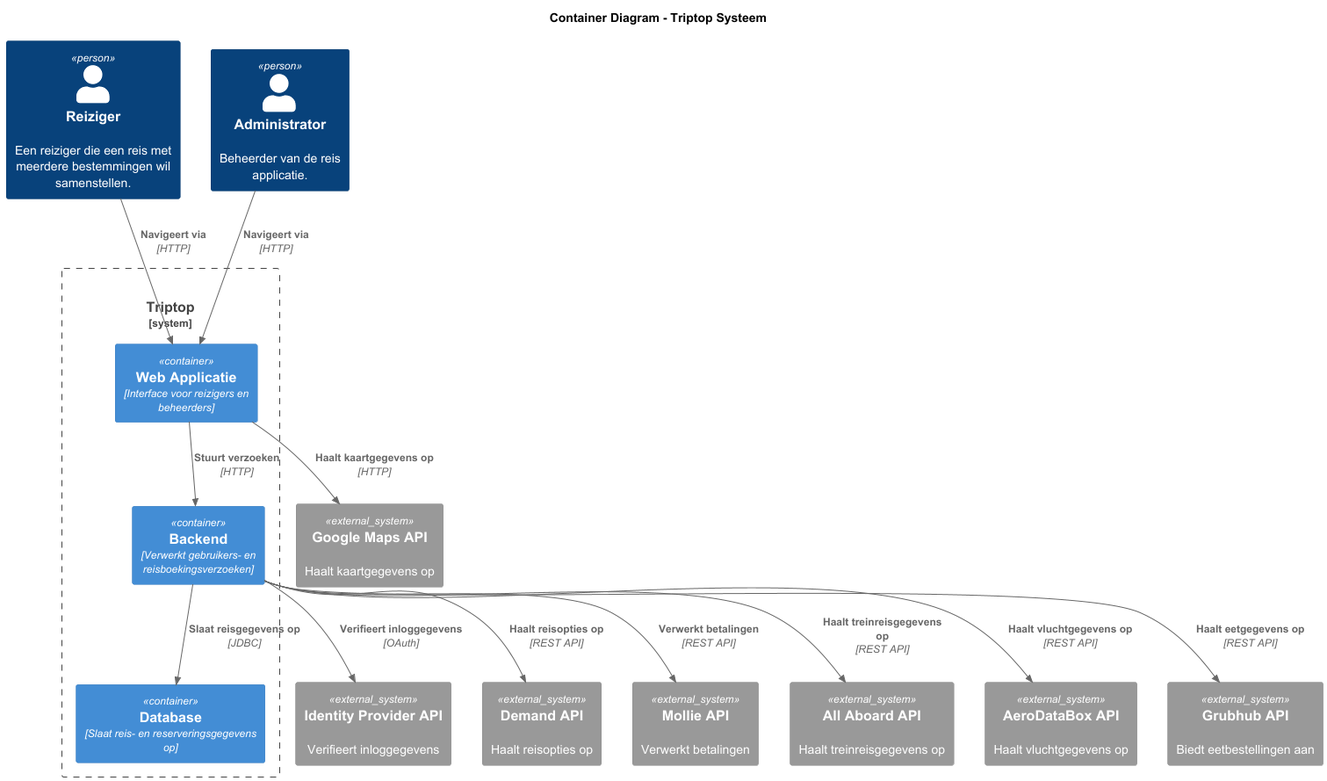
Earlier version of the PlantUML export opdracht-diagrammen/Container_Diagram_Triptop_Systeem.png (AIM-ENE-feb25/triptop-groep-b2). The source it was exported from:
```plantuml
@startuml Container_Diagram
!include https://raw.githubusercontent.com/plantuml-stdlib/C4-PlantUML/master/C4_Container.puml

title Container Diagram - Triptop Systeem

Person(traveller, "Reiziger", "Een reiziger die een reis met meerdere bestemmingen wil samenstellen.")
Person(admin, "Administrator", "Beheerder van de reis applicatie.")

System_Boundary(Triptop, "Triptop", "Systeem voor het samenstellen van reizen."){
    Container(WebApp, "Web Applicatie", "Interface voor reizigers en beheerders")
    Container(Backend, "Backend", "Verwerkt gebruikers- en reisboekingsverzoeken")
    Container(Database, "Database", "Slaat reis- en reserveringsgegevens op")
}

System_Ext(IdentityProvider, "Identity Provider API", "Verifieert inloggegevens")
System_Ext(DemandAPI, "Demand API", "Haalt reisopties op")
System_Ext(MollieAPI, "Mollie API", "Verwerkt betalingen")
System_Ext(GoogleMapsAPI, "Google Maps API", "Haalt kaartgegevens op")
System_Ext(AllAboardAPI, "All Aboard API", "Haalt treinreisgegevens op")
System_Ext(AeroDataBoxAPI, "AeroDataBox API", "Haalt vluchtgegevens op")
System_Ext(GrubhubAPI, "Grubhub API", "Biedt eetbestellingen aan")

Rel(traveller, WebApp, "Navigeert via", "HTTP")
Rel(admin, WebApp, "Navigeert via", "HTTP")

Rel(WebApp, Backend, "Stuurt verzoeken", "HTTP")
Rel(WebApp, GoogleMapsAPI, "Haalt kaartgegevens op", "HTTP")

Rel(Backend, Database, "Slaat reisgegevens op", "JDBC")
Rel(Backend, IdentityProvider, "Verifieert inloggegevens", "OAuth")
Rel(Backend, DemandAPI, "Haalt reisopties op", "REST API")
Rel(Backend, MollieAPI, "Verwerkt betalingen", "REST API")
Rel(Backend, AllAboardAPI, "Haalt treinreisgegevens op", "REST API")
Rel(Backend, AeroDataBoxAPI, "Haalt vluchtgegevens op", "REST API")
Rel(Backend, GrubhubAPI, "Haalt eetgegevens op", "REST API")

@enduml
```
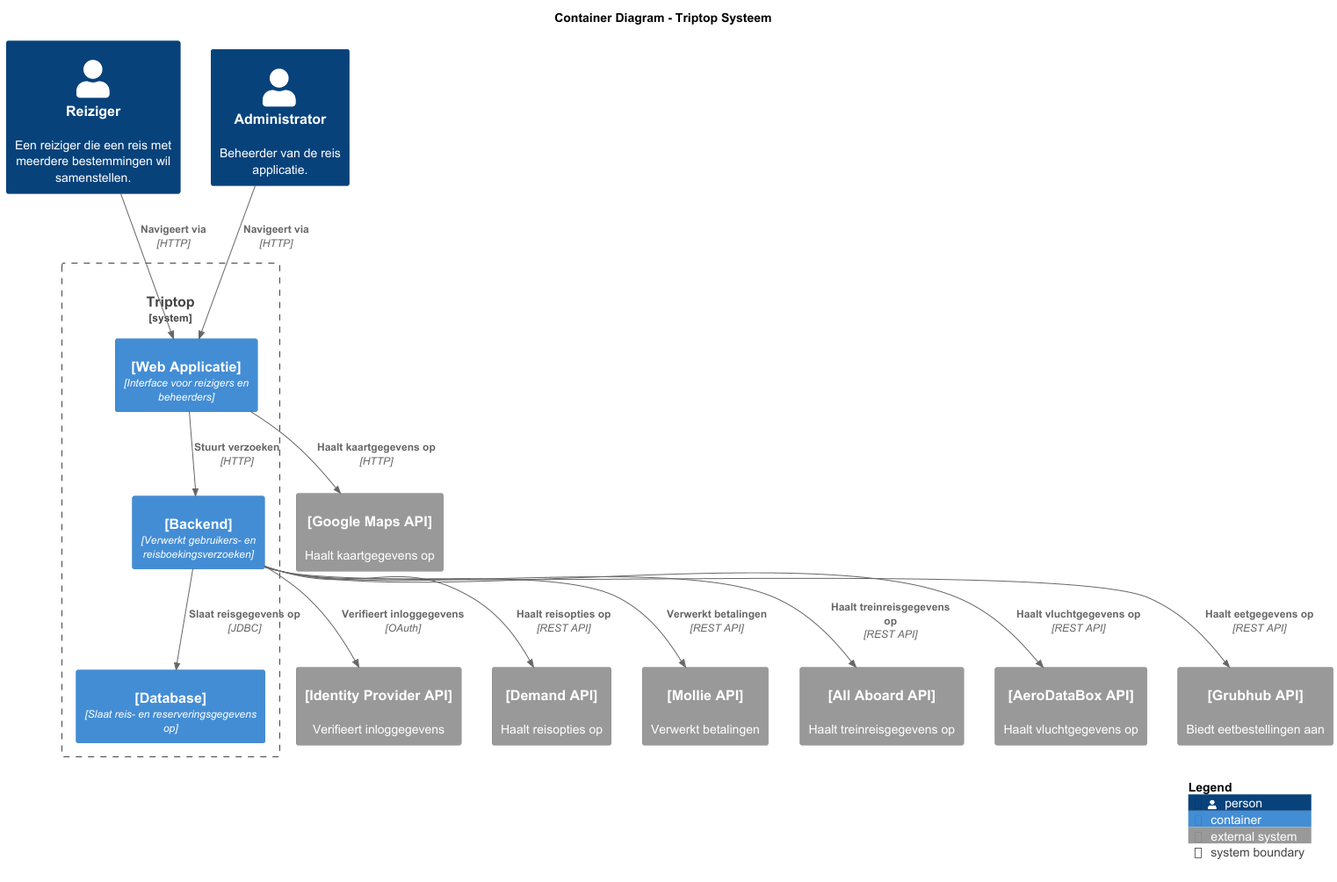
The same diagram one commit later.

Commit message:
updated context and container diagram, + new ADR

Change to the diagram source:
```diff
@@ -1,24 +1,31 @@
 @startuml Container_Diagram
 !include https://raw.githubusercontent.com/plantuml-stdlib/C4-PlantUML/master/C4_Container.puml
+
+skinparam {
+    rectangle {
+        StereotypeFontSize 0
+        StereotypeFontColor white
+    }
+}
 
 title Container Diagram - Triptop Systeem
 
 Person(traveller, "Reiziger", "Een reiziger die een reis met meerdere bestemmingen wil samenstellen.")
 Person(admin, "Administrator", "Beheerder van de reis applicatie.")
 
-System_Boundary(Triptop, "Triptop", "Systeem voor het samenstellen van reizen."){
-    Container(WebApp, "Web Applicatie", "Interface voor reizigers en beheerders")
-    Container(Backend, "Backend", "Verwerkt gebruikers- en reisboekingsverzoeken")
-    Container(Database, "Database", "Slaat reis- en reserveringsgegevens op")
+System_Boundary(Triptop, "Triptop", "Systeem voor het samenstellen van reizen.") {
+    Container(WebApp, "[Web Applicatie]", "Interface voor reizigers en beheerders")
+    Container(Backend, "[Backend]", "Verwerkt gebruikers- en reisboekingsverzoeken")
+    Container(Database, "[Database]", "Slaat reis- en reserveringsgegevens op")
 }
 
-System_Ext(IdentityProvider, "Identity Provider API", "Verifieert inloggegevens")
-System_Ext(DemandAPI, "Demand API", "Haalt reisopties op")
-System_Ext(MollieAPI, "Mollie API", "Verwerkt betalingen")
-System_Ext(GoogleMapsAPI, "Google Maps API", "Haalt kaartgegevens op")
-System_Ext(AllAboardAPI, "All Aboard API", "Haalt treinreisgegevens op")
-System_Ext(AeroDataBoxAPI, "AeroDataBox API", "Haalt vluchtgegevens op")
-System_Ext(GrubhubAPI, "Grubhub API", "Biedt eetbestellingen aan")
+System_Ext(IdentityProvider, "[Identity Provider API]", "Verifieert inloggegevens")
+System_Ext(DemandAPI, "[Demand API]", "Haalt reisopties op")
+System_Ext(MollieAPI, "[Mollie API]", "Verwerkt betalingen")
+System_Ext(GoogleMapsAPI, "[Google Maps API]", "Haalt kaartgegevens op")
+System_Ext(AllAboardAPI, "[All Aboard API]", "Haalt treinreisgegevens op")
+System_Ext(AeroDataBoxAPI, "[AeroDataBox API]", "Haalt vluchtgegevens op")
+System_Ext(GrubhubAPI, "[Grubhub API]", "Biedt eetbestellingen aan")
 
 Rel(traveller, WebApp, "Navigeert via", "HTTP")
 Rel(admin, WebApp, "Navigeert via", "HTTP")
@@ -34,4 +41,5 @@
 Rel(Backend, AeroDataBoxAPI, "Haalt vluchtgegevens op", "REST API")
 Rel(Backend, GrubhubAPI, "Haalt eetgegevens op", "REST API")
 
+SHOW_LEGEND(TRUE)
 @enduml
```
